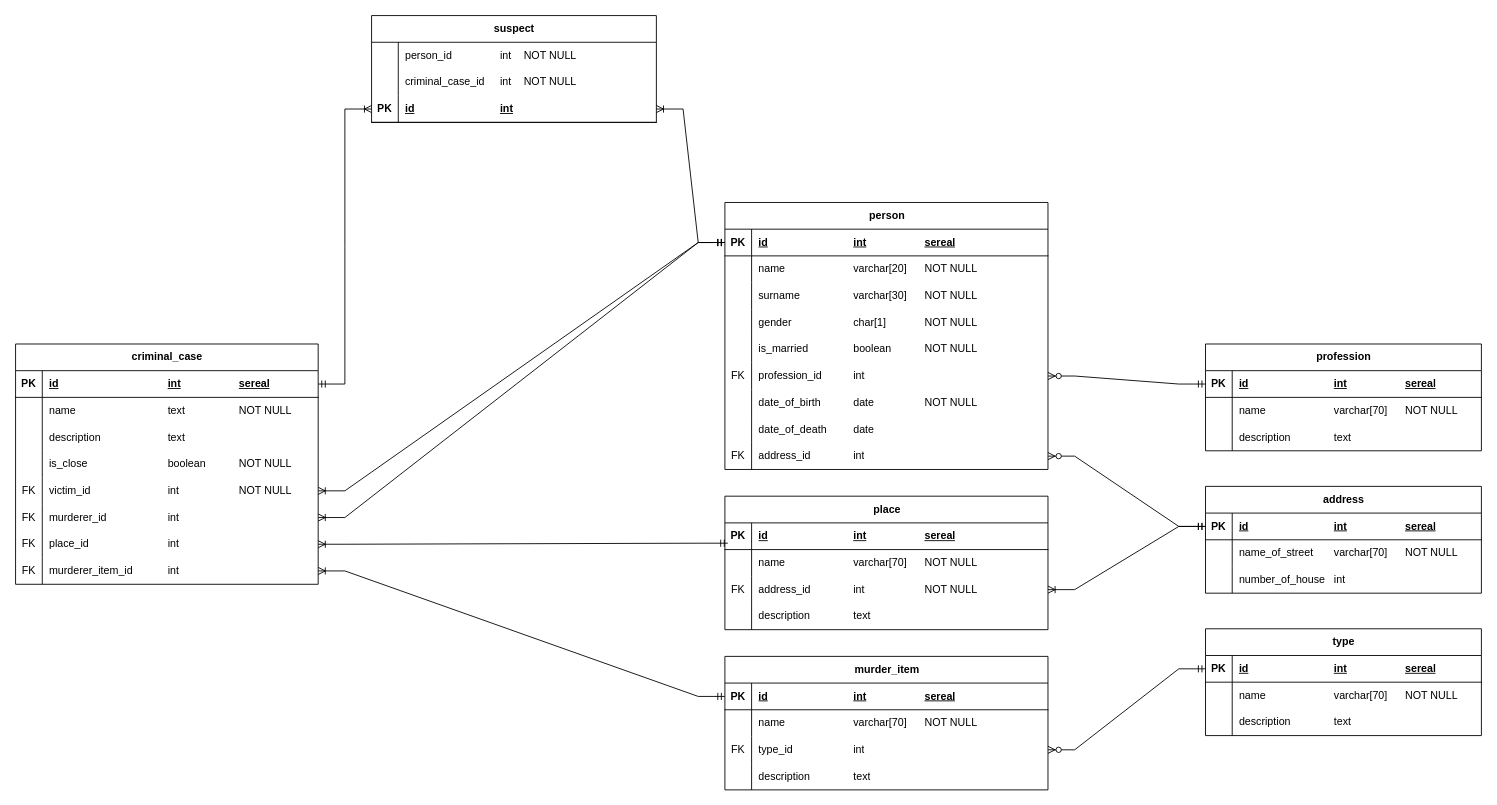
vnikolaenko-dev/ITMO keeps this draw.io diagram as page "Страница — 2" (2 of 2) of 1 year/DataBases/lab1/model.drawio. Above is the earlier version. Source tidied: cells renumbered, new cells numbered last; positions are measured from the earlier drawing's top-left corner, leaving out a move shared by most shapes. Both pictures are drawn from the tidied source at 89%, with x=0, y=0 at pixel (15, 15).
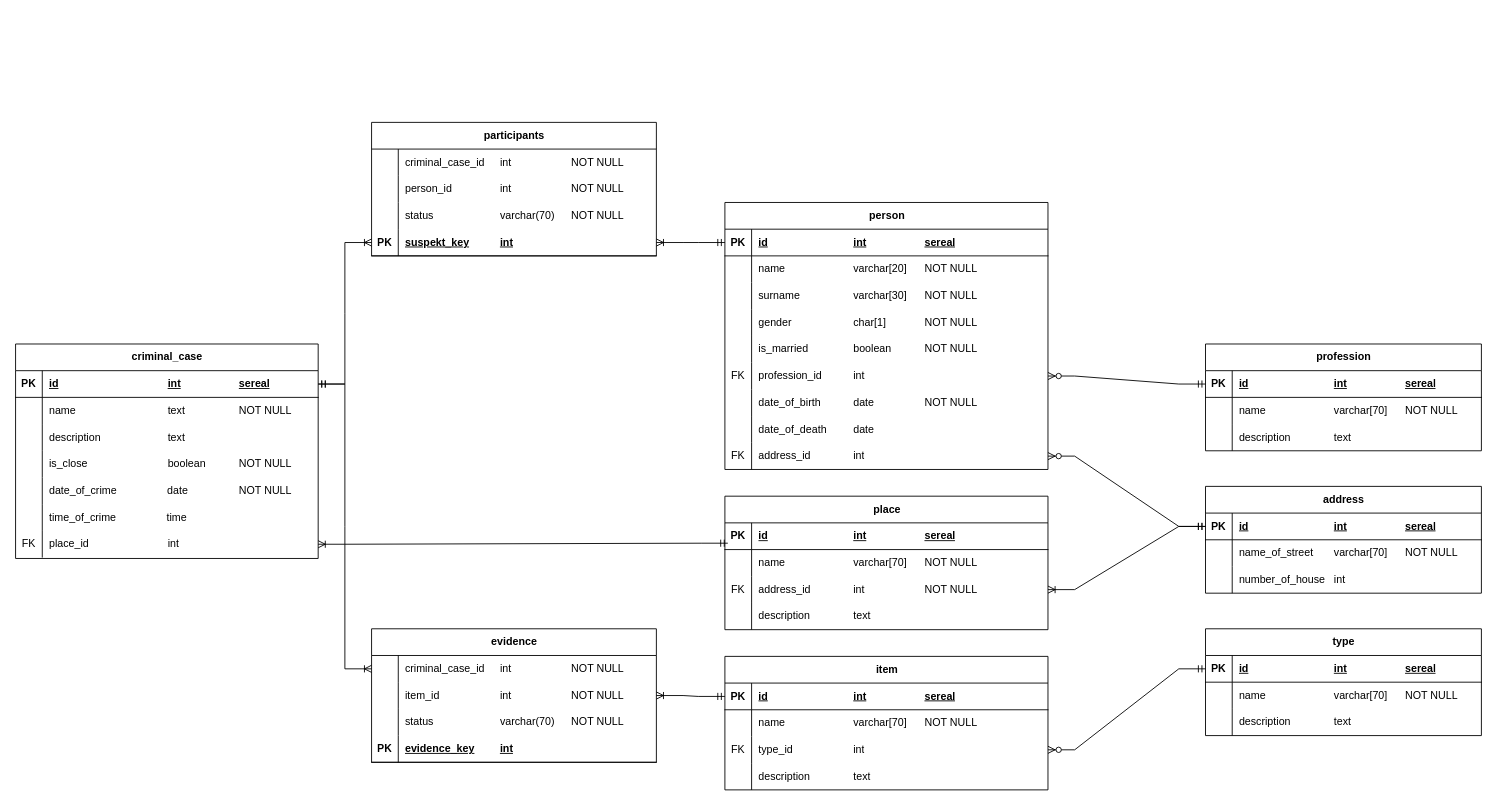
After the change.

Unchanged cells that the change refers to:
```xml
<mxCell id="9" style="shape=tableRow;horizontal=0;startSize=0;swimlaneHead=0;swimlaneBody=0;fillColor=none;points=[[0,0.5],[1,0.5]];portConstraint=eastwest;top=0;left=0;right=0;bottom=1;" parent="8" vertex="1">
  <mxGeometry y="30" width="363" height="30" as="geometry" />
</mxCell>
<mxCell id="67" style="shape=tableRow;horizontal=0;startSize=0;swimlaneHead=0;swimlaneBody=0;fillColor=none;points=[[0,0.5],[1,0.5]];portConstraint=eastwest;top=0;left=0;right=0;bottom=1;" parent="66" vertex="1">
  <mxGeometry y="30" width="363" height="30" as="geometry" />
</mxCell>
<mxCell id="93" style="shape=tableRow;horizontal=0;startSize=0;swimlaneHead=0;swimlaneBody=0;fillColor=none;points=[[0,0.5],[1,0.5]];portConstraint=eastwest;top=0;left=0;right=0;bottom=1;" parent="92" vertex="1">
  <mxGeometry y="30" width="340" height="30" as="geometry" />
</mxCell>
<mxCell id="105" style="shape=tableRow;horizontal=0;startSize=0;swimlaneHead=0;swimlaneBody=0;fillColor=none;points=[[0,0.5],[1,0.5]];portConstraint=eastwest;top=0;left=0;right=0;bottom=0;" parent="92" vertex="1">
  <mxGeometry y="150" width="340" height="30" as="geometry" />
</mxCell>
<mxCell id="108" style="shape=tableRow;horizontal=0;startSize=0;swimlaneHead=0;swimlaneBody=0;fillColor=none;points=[[0,0.5],[1,0.5]];portConstraint=eastwest;top=0;left=0;right=0;bottom=0;" parent="92" vertex="1">
  <mxGeometry y="180" width="340" height="30" as="geometry" />
</mxCell>
```

The edit, as a diff of the source:
```diff
@@
-    <mxCell id="5" style="edgeStyle=entityRelationEdgeStyle;fontSize=12;html=1;endArrow=ERoneToMany;startArrow=ERmandOne;rounded=0;exitX=0;exitY=0.5;exitDx=0;exitDy=0;entryX=1;entryY=0.5;entryDx=0;entryDy=0;" parent="1" edge="1" source="67" target="114">
-      <mxGeometry relative="1" as="geometry" />
-    </mxCell>
@@
-    <mxCell id="66" value="murder_item" style="shape=table;startSize=30;childLayout=tableLayout;rowLines=0;fontStyle=1;align=center;html=1;" parent="1" vertex="1">
+    <mxCell id="66" value="item" style="shape=table;startSize=30;childLayout=tableLayout;rowLines=0;fontStyle=1;align=center;html=1;" parent="1" vertex="1">
       <mxGeometry x="797" y="720" width="363" height="150" as="geometry" />
     </mxCell>
@@
     <mxCell id="92" value="criminal_case" style="shape=table;startSize=30;childLayout=tableLayout;rowLines=0;fontStyle=1;align=center;html=1;" parent="1" vertex="1">
-      <mxGeometry y="369" width="340" height="270" as="geometry" />
+      <mxGeometry y="369" width="340" height="241" as="geometry" />
     </mxCell>
@@
-    <mxCell id="106" value="FK" style="shape=partialRectangle;fillColor=none;top=0;left=0;bottom=0;right=0;overflow=hidden;whiteSpace=wrap;html=1;" parent="105" vertex="1">
-      <mxGeometry width="30" height="30" as="geometry" />
-    </mxCell>
-    <mxCell id="107" value="victim_id&lt;span style=&quot;white-space: pre;&quot;&gt;&#9;&lt;/span&gt;&lt;span style=&quot;white-space: pre;&quot;&gt;&#9;&lt;/span&gt;&lt;span style=&quot;white-space: pre;&quot;&gt;&#9;&lt;/span&gt;&lt;span style=&quot;white-space: pre;&quot;&gt;&#9;&lt;/span&gt;int&lt;span style=&quot;white-space: pre;&quot;&gt;&#9;&lt;/span&gt;&lt;span style=&quot;white-space: pre;&quot;&gt;&#9;&lt;span style=&quot;white-space: pre;&quot;&gt;&#9;&lt;/span&gt;&lt;/span&gt;NOT NULL" style="shape=partialRectangle;fillColor=none;top=0;left=0;bottom=0;right=0;align=left;spacingLeft=6;overflow=hidden;whiteSpace=wrap;html=1;" parent="105" vertex="1">
-      <mxGeometry x="30" width="310" height="30" as="geometry" />
-    </mxCell>
+    <mxCell id="131" style="shape=partialRectangle;fillColor=none;top=0;left=0;bottom=0;right=0;overflow=hidden;whiteSpace=wrap;html=1;" parent="105" vertex="1">
+      <mxGeometry width="30" height="30" as="geometry" />
+    </mxCell>
+    <mxCell id="132" value="date_of_crime&lt;span style=&quot;&quot;&gt;&lt;span style=&quot;white-space: pre;&quot;&gt;&amp;nbsp;&amp;nbsp;&amp;nbsp;&amp;nbsp;&lt;/span&gt;&lt;/span&gt;&lt;span style=&quot;&quot;&gt;&lt;span style=&quot;white-space: pre;&quot;&gt;&amp;nbsp;&amp;nbsp;&amp;nbsp;&amp;nbsp;&lt;/span&gt;&lt;/span&gt;&lt;span style=&quot;&quot;&gt;&lt;span style=&quot;white-space: pre;&quot;&gt;&amp;nbsp;&amp;nbsp;&amp;nbsp;&amp;nbsp;&lt;/span&gt;&lt;/span&gt;&lt;span style=&quot;&quot;&gt;&lt;span style=&quot;white-space: pre;&quot;&gt;&amp;nbsp;&amp;nbsp;&amp;nbsp;&amp;nbsp;&lt;/span&gt;&lt;/span&gt;&lt;span style=&quot;&quot;&gt;&lt;span style=&quot;white-space: pre;&quot;&gt;&amp;nbsp;&lt;/span&gt;&lt;/span&gt;date&lt;span style=&quot;white-space: pre;&quot;&gt;&#9;&lt;span style=&quot;white-space: pre;&quot;&gt;&#9;&lt;/span&gt;&lt;span style=&quot;white-space: pre;&quot;&gt;&#9;&lt;/span&gt;&lt;/span&gt;NOT NULL" style="shape=partialRectangle;fillColor=none;top=0;left=0;bottom=0;right=0;align=left;spacingLeft=6;overflow=hidden;whiteSpace=wrap;html=1;" parent="105" vertex="1">
+      <mxGeometry x="30" width="310" height="30" as="geometry" />
+    </mxCell>
@@
-    <mxCell id="109" value="FK" style="shape=partialRectangle;fillColor=none;top=0;left=0;bottom=0;right=0;overflow=hidden;whiteSpace=wrap;html=1;" parent="108" vertex="1">
-      <mxGeometry width="30" height="30" as="geometry" />
-    </mxCell>
-    <mxCell id="110" value="murderer_id&lt;span style=&quot;white-space: pre;&quot;&gt;&#9;&lt;/span&gt;&lt;span style=&quot;white-space: pre;&quot;&gt;&#9;&lt;/span&gt;&lt;span style=&quot;white-space: pre;&quot;&gt;&#9;&lt;/span&gt;int&lt;span style=&quot;white-space: pre;&quot;&gt;&#9;&lt;/span&gt;&lt;span style=&quot;white-space: pre;&quot;&gt;&#9;&lt;/span&gt;" style="shape=partialRectangle;fillColor=none;top=0;left=0;bottom=0;right=0;align=left;spacingLeft=6;overflow=hidden;whiteSpace=wrap;html=1;" parent="108" vertex="1">
-      <mxGeometry x="30" width="310" height="30" as="geometry" />
-    </mxCell>
+    <mxCell id="133" style="shape=partialRectangle;fillColor=none;top=0;left=0;bottom=0;right=0;overflow=hidden;whiteSpace=wrap;html=1;" parent="108" vertex="1">
+      <mxGeometry width="30" height="30" as="geometry" />
+    </mxCell>
+    <mxCell id="134" value="time_of_crime&lt;span style=&quot;&quot;&gt;&lt;span style=&quot;white-space: pre;&quot;&gt;&amp;nbsp;&amp;nbsp;&amp;nbsp;&amp;nbsp;&lt;/span&gt;&lt;/span&gt;&lt;span style=&quot;&quot;&gt;&lt;span style=&quot;white-space: pre;&quot;&gt;&amp;nbsp;&amp;nbsp;&amp;nbsp;&amp;nbsp;&lt;/span&gt;&lt;/span&gt;&lt;span style=&quot;&quot;&gt;&lt;span style=&quot;white-space: pre;&quot;&gt;&amp;nbsp;&amp;nbsp;&amp;nbsp;&amp;nbsp;&lt;/span&gt;&lt;/span&gt;&lt;span style=&quot;&quot;&gt;&lt;span style=&quot;white-space: pre;&quot;&gt;&amp;nbsp;&amp;nbsp;&amp;nbsp;&amp;nbsp;&lt;/span&gt;&lt;/span&gt;&lt;span style=&quot;&quot;&gt;&lt;span style=&quot;white-space: pre;&quot;&gt;&amp;nbsp;time&lt;/span&gt;&lt;/span&gt;&lt;span style=&quot;white-space: pre;&quot;&gt;&#9;&lt;span style=&quot;white-space: pre;&quot;&gt;&#9;&lt;/span&gt;&lt;span style=&quot;white-space: pre;&quot;&gt;&#9;&lt;/span&gt;&lt;/span&gt;" style="shape=partialRectangle;fillColor=none;top=0;left=0;bottom=0;right=0;align=left;spacingLeft=6;overflow=hidden;whiteSpace=wrap;html=1;" parent="108" vertex="1">
+      <mxGeometry x="30" width="310" height="30" as="geometry" />
+    </mxCell>
@@
-    <mxCell id="114" style="shape=tableRow;horizontal=0;startSize=0;swimlaneHead=0;swimlaneBody=0;fillColor=none;points=[[0,0.5],[1,0.5]];portConstraint=eastwest;top=0;left=0;right=0;bottom=0;" parent="92" vertex="1">
-      <mxGeometry y="240" width="340" height="30" as="geometry" />
-    </mxCell>
-    <mxCell id="115" value="FK" style="shape=partialRectangle;fillColor=none;top=0;left=0;bottom=0;right=0;overflow=hidden;whiteSpace=wrap;html=1;" parent="114" vertex="1">
-      <mxGeometry width="30" height="30" as="geometry" />
-    </mxCell>
-    <mxCell id="116" value="murderer_item_id&lt;span style=&quot;white-space: pre;&quot;&gt;&#9;&lt;/span&gt;&lt;span style=&quot;white-space: pre;&quot;&gt;&#9;&lt;/span&gt;int" style="shape=partialRectangle;fillColor=none;top=0;left=0;bottom=0;right=0;align=left;spacingLeft=6;overflow=hidden;whiteSpace=wrap;html=1;" parent="114" vertex="1">
-      <mxGeometry x="30" width="310" height="30" as="geometry" />
-    </mxCell>
-    <mxCell id="117" style="edgeStyle=entityRelationEdgeStyle;fontSize=12;html=1;endArrow=ERoneToMany;startArrow=ERmandOne;rounded=0;exitX=0;exitY=0.5;exitDx=0;exitDy=0;entryX=1;entryY=0.5;entryDx=0;entryDy=0;" parent="1" edge="1" source="9" target="105">
-      <mxGeometry relative="1" as="geometry" />
-    </mxCell>
-    <mxCell id="118" style="edgeStyle=entityRelationEdgeStyle;fontSize=12;html=1;endArrow=ERoneToMany;startArrow=ERmandOne;rounded=0;exitX=0;exitY=0.5;exitDx=0;exitDy=0;entryX=1;entryY=0.5;entryDx=0;entryDy=0;" parent="1" edge="1" source="9" target="108">
-      <mxGeometry relative="1" as="geometry" />
-    </mxCell>
-    <mxCell id="119" value="suspect" style="shape=table;startSize=30;childLayout=tableLayout;rowLines=0;fontStyle=1;align=center;html=1;" parent="1" vertex="1">
-      <mxGeometry x="400" width="320" height="120" as="geometry" />
+    <mxCell id="119" value="participants" style="shape=table;startSize=30;childLayout=tableLayout;rowLines=0;fontStyle=1;align=center;html=1;" parent="1" vertex="1">
+      <mxGeometry x="400" y="120" width="320" height="150" as="geometry" />
     </mxCell>
+    <mxCell id="123" style="shape=tableRow;horizontal=0;startSize=0;swimlaneHead=0;swimlaneBody=0;fillColor=none;top=0;left=0;right=0;bottom=0;" parent="119" vertex="1">
+      <mxGeometry y="30" width="320" height="30" as="geometry" />
+    </mxCell>
+    <mxCell id="124" style="shape=partialRectangle;fillColor=none;top=0;left=0;bottom=0;right=0;overflow=hidden;whiteSpace=wrap;html=1;" parent="123" vertex="1">
+      <mxGeometry width="30" height="30" as="geometry" />
+    </mxCell>
+    <mxCell id="125" value="criminal_case_id&lt;span style=&quot;white-space: pre;&quot;&gt;&#9;&lt;/span&gt;int&lt;span style=&quot;white-space: pre;&quot;&gt;&#9;&lt;span style=&quot;white-space: pre;&quot;&gt;&#9;&lt;/span&gt;&lt;span style=&quot;white-space: pre;&quot;&gt;&#9;&lt;/span&gt;&lt;/span&gt;NOT NULL" style="shape=partialRectangle;fillColor=none;top=0;left=0;bottom=0;right=0;align=left;spacingLeft=6;overflow=hidden;whiteSpace=wrap;html=1;" parent="123" vertex="1">
+      <mxGeometry x="30" width="290" height="30" as="geometry" />
+    </mxCell>
     <mxCell id="120" style="shape=tableRow;horizontal=0;startSize=0;swimlaneHead=0;swimlaneBody=0;fillColor=none;top=0;left=0;right=0;bottom=0;" parent="119" vertex="1">
-      <mxGeometry y="30" width="320" height="30" as="geometry" />
+      <mxGeometry y="60" width="320" height="30" as="geometry" />
     </mxCell>
@@
-    <mxCell id="122" value="person_id&lt;span style=&quot;white-space: pre;&quot;&gt;&#9;&lt;/span&gt;&lt;span style=&quot;white-space: pre;&quot;&gt;&#9;&lt;/span&gt;int&lt;span style=&quot;white-space: pre;&quot;&gt;&#9;&lt;/span&gt;NOT NULL" style="shape=partialRectangle;fillColor=none;top=0;left=0;bottom=0;right=0;align=left;spacingLeft=6;overflow=hidden;whiteSpace=wrap;html=1;" parent="120" vertex="1">
+    <mxCell id="122" value="person_id&lt;span style=&quot;white-space: pre;&quot;&gt;&#9;&lt;/span&gt;&lt;span style=&quot;white-space: pre;&quot;&gt;&#9;&lt;/span&gt;int&lt;span style=&quot;white-space: pre;&quot;&gt;&#9;&lt;span style=&quot;white-space: pre;&quot;&gt;&#9;&lt;/span&gt;&lt;span style=&quot;white-space: pre;&quot;&gt;&#9;&lt;/span&gt;&lt;/span&gt;NOT NULL" style="shape=partialRectangle;fillColor=none;top=0;left=0;bottom=0;right=0;align=left;spacingLeft=6;overflow=hidden;whiteSpace=wrap;html=1;" parent="120" vertex="1">
       <mxGeometry x="30" width="290" height="30" as="geometry" />
     </mxCell>
-    <mxCell id="123" style="shape=tableRow;horizontal=0;startSize=0;swimlaneHead=0;swimlaneBody=0;fillColor=none;top=0;left=0;right=0;bottom=0;" parent="119" vertex="1">
-      <mxGeometry y="60" width="320" height="30" as="geometry" />
-    </mxCell>
-    <mxCell id="124" style="shape=partialRectangle;fillColor=none;top=0;left=0;bottom=0;right=0;overflow=hidden;whiteSpace=wrap;html=1;" parent="123" vertex="1">
-      <mxGeometry width="30" height="30" as="geometry" />
-    </mxCell>
-    <mxCell id="125" value="criminal_case_id&lt;span style=&quot;white-space: pre;&quot;&gt;&#9;&lt;/span&gt;int&lt;span style=&quot;white-space: pre;&quot;&gt;&#9;&lt;/span&gt;NOT NULL" style="shape=partialRectangle;fillColor=none;top=0;left=0;bottom=0;right=0;align=left;spacingLeft=6;overflow=hidden;whiteSpace=wrap;html=1;" parent="123" vertex="1">
-      <mxGeometry x="30" width="290" height="30" as="geometry" />
-    </mxCell>
+    <mxCell id="135" style="shape=tableRow;horizontal=0;startSize=0;swimlaneHead=0;swimlaneBody=0;fillColor=none;top=0;left=0;right=0;bottom=0;" parent="119" vertex="1">
+      <mxGeometry y="90" width="320" height="30" as="geometry" />
+    </mxCell>
+    <mxCell id="136" style="shape=partialRectangle;fillColor=none;top=0;left=0;bottom=0;right=0;overflow=hidden;whiteSpace=wrap;html=1;" parent="135" vertex="1">
+      <mxGeometry width="30" height="30" as="geometry" />
+    </mxCell>
+    <mxCell id="137" value="status&lt;span style=&quot;white-space: pre;&quot;&gt;&#9;&lt;span style=&quot;white-space: pre;&quot;&gt;&#9;&lt;span style=&quot;white-space: pre;&quot;&gt;&#9;&lt;/span&gt;&lt;/span&gt;&lt;/span&gt;varchar(70)&lt;span style=&quot;white-space: pre;&quot;&gt;&#9;&lt;/span&gt;NOT NULL" style="shape=partialRectangle;fillColor=none;top=0;left=0;bottom=0;right=0;align=left;spacingLeft=6;overflow=hidden;whiteSpace=wrap;html=1;" parent="135" vertex="1">
+      <mxGeometry x="30" width="290" height="30" as="geometry" />
+    </mxCell>
     <mxCell id="126" style="shape=tableRow;horizontal=0;startSize=0;swimlaneHead=0;swimlaneBody=0;fillColor=none;points=[[0,0.5],[1,0.5]];portConstraint=eastwest;top=0;left=0;right=0;bottom=1;" parent="119" vertex="1">
-      <mxGeometry y="90" width="320" height="30" as="geometry" />
+      <mxGeometry y="120" width="320" height="30" as="geometry" />
     </mxCell>
@@
-    <mxCell id="128" value="id&lt;span style=&quot;white-space: pre;&quot;&gt;&#9;&lt;/span&gt;&lt;span style=&quot;white-space: pre;&quot;&gt;&#9;&lt;/span&gt;&lt;span style=&quot;white-space: pre;&quot;&gt;&#9;&lt;/span&gt;&lt;span style=&quot;white-space: pre;&quot;&gt;&#9;&lt;/span&gt;int&lt;span style=&quot;white-space: pre;&quot;&gt;&#9;&lt;/span&gt;" style="shape=partialRectangle;fillColor=none;top=0;left=0;bottom=0;right=0;align=left;spacingLeft=6;fontStyle=5;overflow=hidden;whiteSpace=wrap;html=1;" parent="126" vertex="1">
+    <mxCell id="128" value="suspekt_key&lt;span style=&quot;white-space: pre;&quot;&gt;&#9;&lt;/span&gt;&lt;span style=&quot;white-space: pre;&quot;&gt;&#9;&lt;/span&gt;int&lt;span style=&quot;white-space: pre;&quot;&gt;&#9;&lt;/span&gt;" style="shape=partialRectangle;fillColor=none;top=0;left=0;bottom=0;right=0;align=left;spacingLeft=6;fontStyle=5;overflow=hidden;whiteSpace=wrap;html=1;" parent="126" vertex="1">
       <mxGeometry x="30" width="290" height="30" as="geometry" />
     </mxCell>
@@
+    <mxCell id="138" value="evidence" style="shape=table;startSize=30;childLayout=tableLayout;rowLines=0;fontStyle=1;align=center;html=1;" parent="1" vertex="1">
+      <mxGeometry x="400" y="689" width="320" height="150" as="geometry" />
+    </mxCell>
+    <mxCell id="139" style="shape=tableRow;horizontal=0;startSize=0;swimlaneHead=0;swimlaneBody=0;fillColor=none;points=[[0,0.5],[1,0.5]];portConstraint=eastwest;top=0;left=0;right=0;bottom=0;" parent="138" vertex="1">
+      <mxGeometry y="30" width="320" height="30" as="geometry" />
+    </mxCell>
+    <mxCell id="140" style="shape=partialRectangle;fillColor=none;top=0;left=0;bottom=0;right=0;overflow=hidden;whiteSpace=wrap;html=1;" parent="139" vertex="1">
+      <mxGeometry width="30" height="30" as="geometry" />
+    </mxCell>
+    <mxCell id="141" value="criminal_case_id&lt;span style=&quot;white-space: pre;&quot;&gt;&#9;&lt;/span&gt;int&lt;span style=&quot;white-space: pre;&quot;&gt;&#9;&lt;span style=&quot;white-space: pre;&quot;&gt;&#9;&lt;/span&gt;&lt;span style=&quot;white-space: pre;&quot;&gt;&#9;&lt;/span&gt;&lt;/span&gt;NOT NULL" style="shape=partialRectangle;fillColor=none;top=0;left=0;bottom=0;right=0;align=left;spacingLeft=6;overflow=hidden;whiteSpace=wrap;html=1;" parent="139" vertex="1">
+      <mxGeometry x="30" width="290" height="30" as="geometry" />
+    </mxCell>
+    <mxCell id="142" style="shape=tableRow;horizontal=0;startSize=0;swimlaneHead=0;swimlaneBody=0;fillColor=none;points=[[0,0.5],[1,0.5]];portConstraint=eastwest;top=0;left=0;right=0;bottom=0;" parent="138" vertex="1">
+      <mxGeometry y="60" width="320" height="30" as="geometry" />
+    </mxCell>
+    <mxCell id="143" style="shape=partialRectangle;fillColor=none;top=0;left=0;bottom=0;right=0;overflow=hidden;whiteSpace=wrap;html=1;" parent="142" vertex="1">
+      <mxGeometry width="30" height="30" as="geometry" />
+    </mxCell>
+    <mxCell id="144" value="item_id&lt;span style=&quot;white-space: pre;&quot;&gt;&#9;&lt;/span&gt;&lt;span style=&quot;white-space: pre;&quot;&gt;&#9;&lt;span style=&quot;white-space: pre;&quot;&gt;&#9;&lt;/span&gt;&lt;/span&gt;int&lt;span style=&quot;white-space: pre;&quot;&gt;&#9;&lt;span style=&quot;white-space: pre;&quot;&gt;&#9;&lt;/span&gt;&lt;span style=&quot;white-space: pre;&quot;&gt;&#9;&lt;/span&gt;&lt;/span&gt;NOT NULL" style="shape=partialRectangle;fillColor=none;top=0;left=0;bottom=0;right=0;align=left;spacingLeft=6;overflow=hidden;whiteSpace=wrap;html=1;" parent="142" vertex="1">
+      <mxGeometry x="30" width="290" height="30" as="geometry" />
+    </mxCell>
+    <mxCell id="145" style="shape=tableRow;horizontal=0;startSize=0;swimlaneHead=0;swimlaneBody=0;fillColor=none;top=0;left=0;right=0;bottom=0;" parent="138" vertex="1">
+      <mxGeometry y="90" width="320" height="30" as="geometry" />
+    </mxCell>
+    <mxCell id="146" style="shape=partialRectangle;fillColor=none;top=0;left=0;bottom=0;right=0;overflow=hidden;whiteSpace=wrap;html=1;" parent="145" vertex="1">
+      <mxGeometry width="30" height="30" as="geometry" />
+    </mxCell>
+    <mxCell id="147" value="status&lt;span style=&quot;white-space: pre;&quot;&gt;&#9;&lt;span style=&quot;white-space: pre;&quot;&gt;&#9;&lt;span style=&quot;white-space: pre;&quot;&gt;&#9;&lt;/span&gt;&lt;/span&gt;&lt;/span&gt;varchar(70)&lt;span style=&quot;white-space: pre;&quot;&gt;&#9;&lt;/span&gt;NOT NULL" style="shape=partialRectangle;fillColor=none;top=0;left=0;bottom=0;right=0;align=left;spacingLeft=6;overflow=hidden;whiteSpace=wrap;html=1;" parent="145" vertex="1">
+      <mxGeometry x="30" width="290" height="30" as="geometry" />
+    </mxCell>
+    <mxCell id="148" style="shape=tableRow;horizontal=0;startSize=0;swimlaneHead=0;swimlaneBody=0;fillColor=none;top=0;left=0;right=0;bottom=1;" parent="138" vertex="1">
+      <mxGeometry y="120" width="320" height="30" as="geometry" />
+    </mxCell>
+    <mxCell id="149" value="PK" style="shape=partialRectangle;fillColor=none;top=0;left=0;bottom=0;right=0;fontStyle=1;overflow=hidden;whiteSpace=wrap;html=1;" parent="148" vertex="1">
+      <mxGeometry width="30" height="30" as="geometry" />
+    </mxCell>
+    <mxCell id="150" value="evidence_key&lt;span style=&quot;white-space: pre;&quot;&gt;&#9;&lt;/span&gt;&lt;span style=&quot;white-space: pre;&quot;&gt;&#9;&lt;/span&gt;int&lt;span style=&quot;white-space: pre;&quot;&gt;&#9;&lt;/span&gt;" style="shape=partialRectangle;fillColor=none;top=0;left=0;bottom=0;right=0;align=left;spacingLeft=6;fontStyle=5;overflow=hidden;whiteSpace=wrap;html=1;" parent="148" vertex="1">
+      <mxGeometry x="30" width="290" height="30" as="geometry" />
+    </mxCell>
+    <mxCell id="151" style="edgeStyle=entityRelationEdgeStyle;fontSize=12;html=1;endArrow=ERoneToMany;startArrow=ERmandOne;rounded=0;exitX=0;exitY=0.5;exitDx=0;exitDy=0;entryX=1;entryY=0.5;entryDx=0;entryDy=0;" parent="1" edge="1" source="67" target="142">
+      <mxGeometry relative="1" as="geometry" />
+    </mxCell>
+    <mxCell id="152" style="edgeStyle=entityRelationEdgeStyle;fontSize=12;html=1;endArrow=ERoneToMany;startArrow=ERmandOne;rounded=0;entryX=0;entryY=0.5;entryDx=0;entryDy=0;exitX=1;exitY=0.5;exitDx=0;exitDy=0;" parent="1" edge="1" source="93" target="139">
+      <mxGeometry relative="1" as="geometry" />
+    </mxCell>
```
